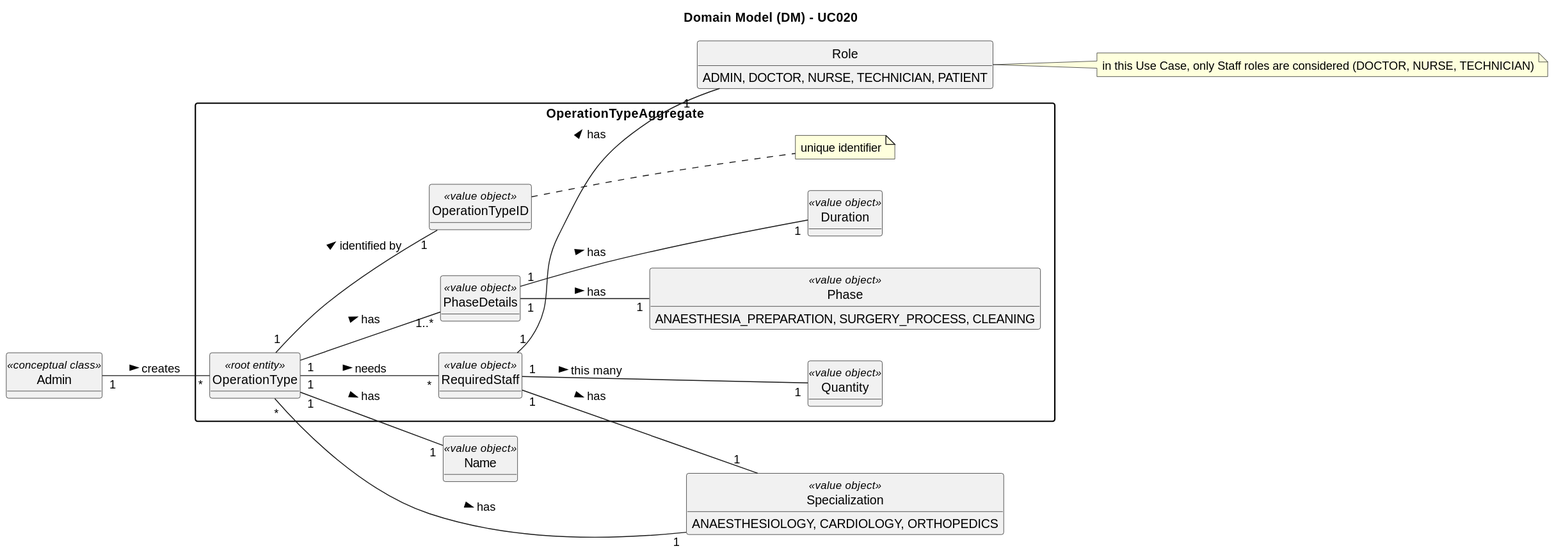
Before: docs/SprintA/UseCases/UC020/02.analysis/svg/uc020-domain-model.svg, a diagram exported from PlantUML (1221124/sem5pi-24-25-g031).
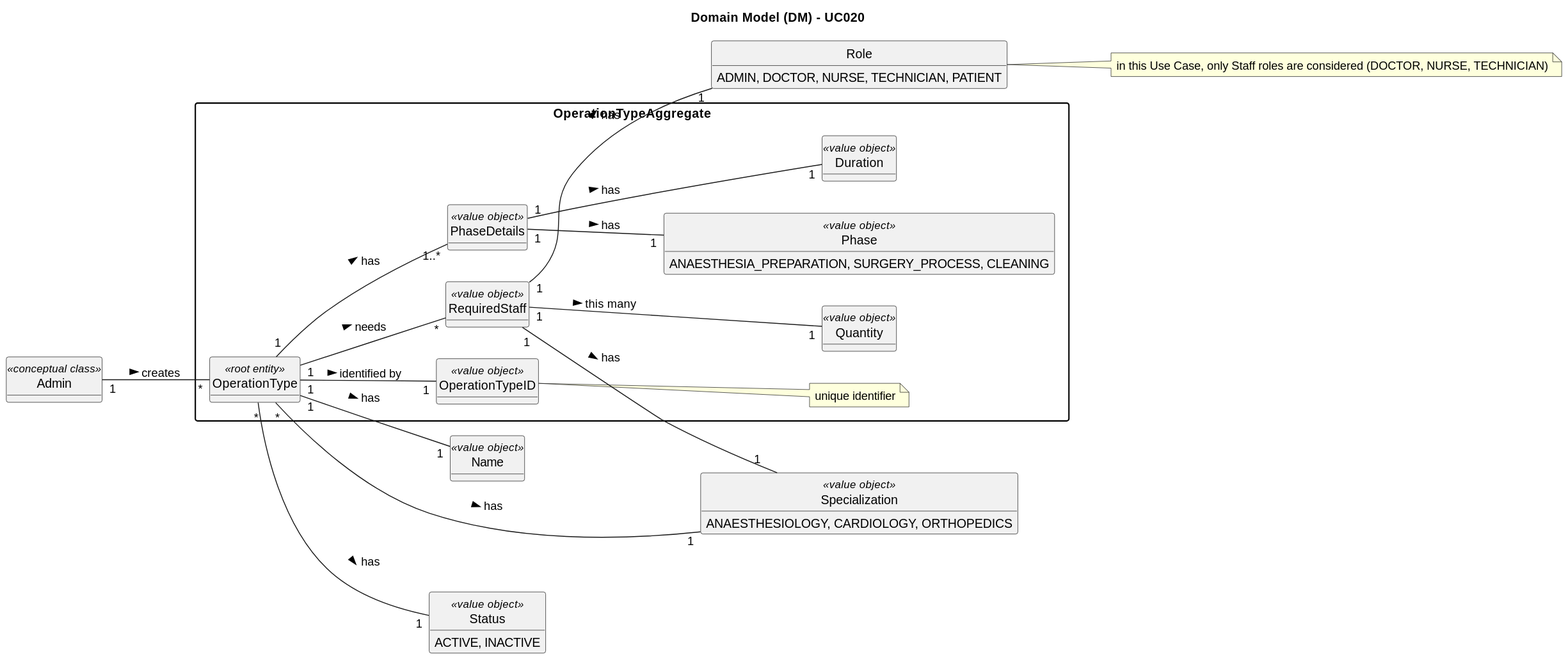
The same file after the commit.

Change to the diagram source:
```diff
@@ -34,6 +34,9 @@
     ADMIN, DOCTOR, NURSE, TECHNICIAN, PATIENT
 }
 note right of Role: in this Use Case, only Staff roles are considered (DOCTOR, NURSE, TECHNICIAN)
+enum Status <<value object>> {
+    ACTIVE, INACTIVE
+}
 
 Admin "1" -- "*" OperationType : creates >
 
@@ -42,6 +45,7 @@
 OperationType "*" -- "1" Specialization : > has
 OperationType "1" -- "*" RequiredStaff : > needs
 OperationType "1" -- "1..*" PhaseDetails : > has
+OperationType "*" -- "1" Status : > has
 RequiredStaff "1" -- "1" Role : > has
 RequiredStaff "1" -- "1" Specialization : > has
 RequiredStaff "1" -- "1" Quantity : > this many
```
